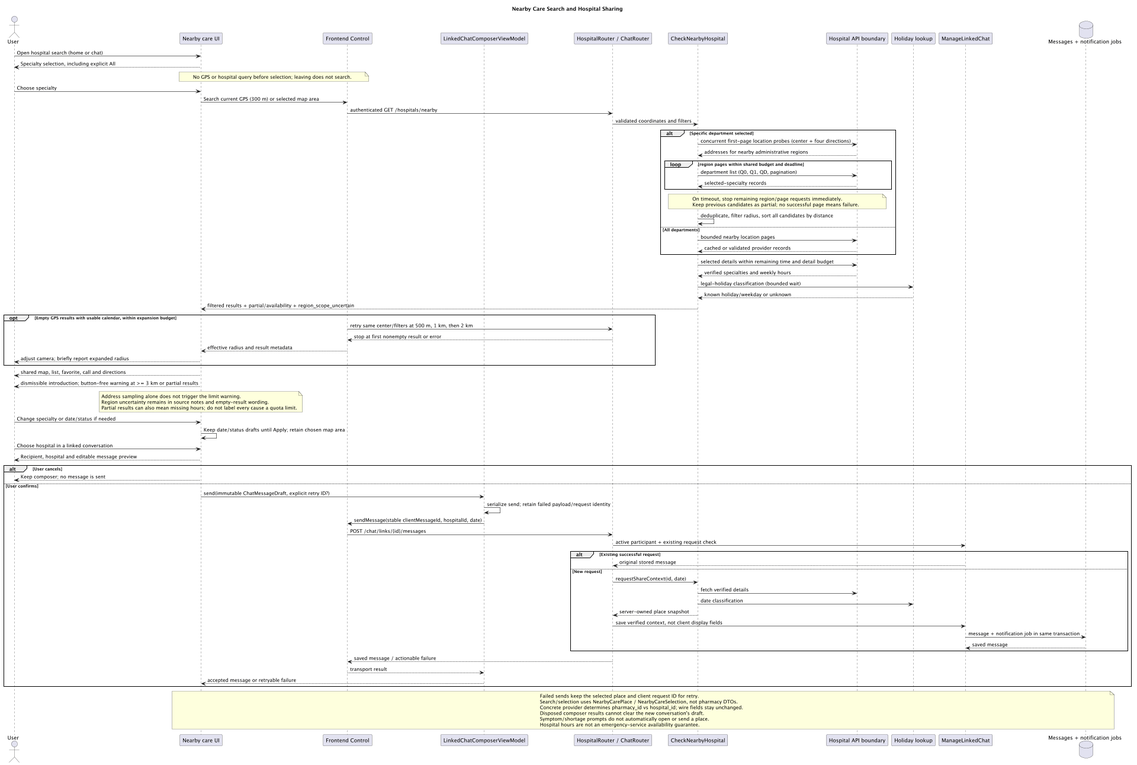
The PlantUML diagram docs/UML/sequence/NearbyCareSharing.png in 1window2/MedBuddy, before a commit.
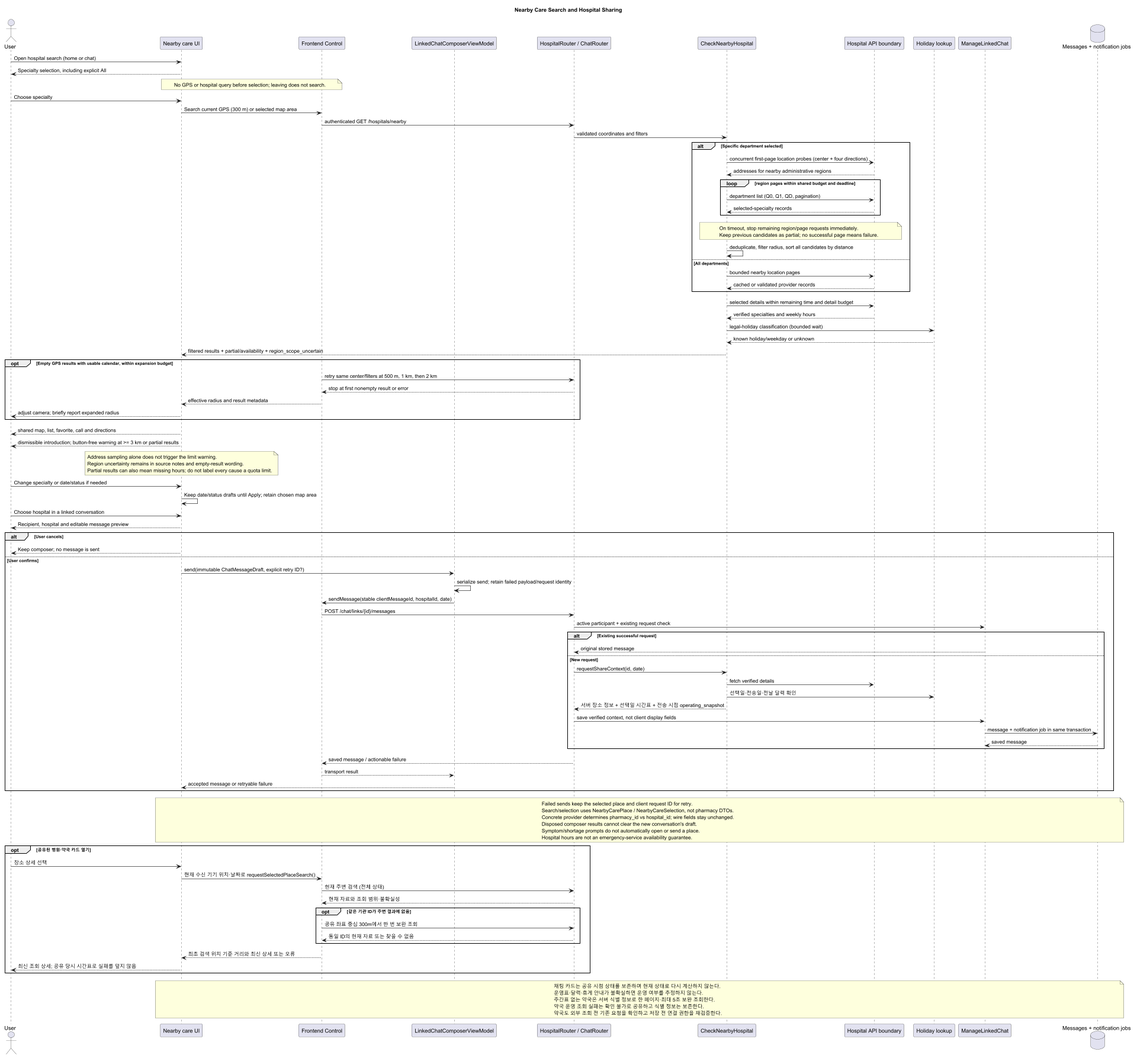
Above is the later version.

Commit message:
docs(chat): document grouped alerts and current shared-place lookup

Change to the diagram source:
```diff
@@ -75,8 +75,8 @@
   else New request
     API -> HC : requestShareContext(id, date)
     HC -> HB : fetch verified details
-    HC -> Holiday : date classification
-    HC --> API : server-owned place snapshot
+    HC -> Holiday : 선택일·전송일·전날 달력 확인
+    HC --> API : 서버 장소 정보 + 선택일 시간표 + 전송 시점 operating_snapshot
     API -> Chat : save verified context, not client display fields
     Chat -> DB : message + notification job in same transaction
     DB --> Chat : saved message
@@ -93,4 +93,24 @@
   Symptom/shortage prompts do not automatically open or send a place.
   Hospital hours are not an emergency-service availability guarantee.
 end note
+
+opt 공유된 병원·약국 카드 열기
+  User -> UI : 장소 상세 선택
+  UI -> FC : 현재 수신 기기 위치·날짜로 requestSelectedPlaceSearch()
+  FC -> API : 현재 주변 검색 (전체 상태)
+  API --> FC : 현재 자료와 조회 범위·불확실성
+  opt 같은 기관 ID가 주변 결과에 없음
+    FC -> API : 공유 좌표 중심 300m에서 한 번 보완 조회
+    API --> FC : 동일 ID의 현재 자료 또는 찾을 수 없음
+  end
+  FC --> UI : 최초 검색 위치 기준 거리와 최신 상세 또는 오류
+  UI --> User : 최신 조회 상세; 공유 당시 시간표로 실패를 덮지 않음
+end
+note over UI,DB
+  채팅 카드는 공유 시점 상태를 보존하며 현재 상태로 다시 계산하지 않는다.
+  운영표·달력·휴게 안내가 불확실하면 운영 여부를 추정하지 않는다.
+  주간표 없는 약국은 서버 식별 정보로 한 페이지·최대 5초 보완 조회한다.
+  약국 운영 조회 실패는 확인 불가로 공유하고 식별 정보는 보존한다.
+  약국도 외부 조회 전 기존 요청을 확인하고 저장 전 연결 권한을 재검증한다.
+end note
 @enduml
```
